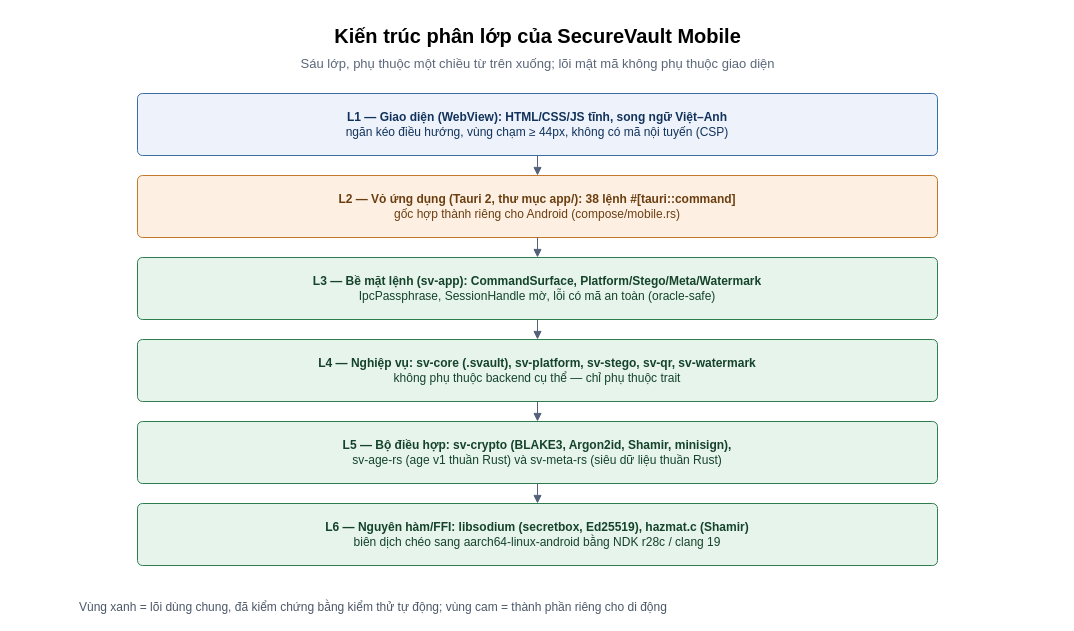
Earlier version of the draw.io diagram hoso-sang-kien/hinh-anh/drawio/H2-kien-truc-phan-lop.drawio (imtoiteu/secure-vault-research). Source tidied: cells renumbered, new cells numbered last; positions are measured from the earlier drawing's top-left corner, leaving out a move shared by most shapes. Both pictures are drawn from the tidied source at 100%, with x=0, y=0 at pixel (17, 17).
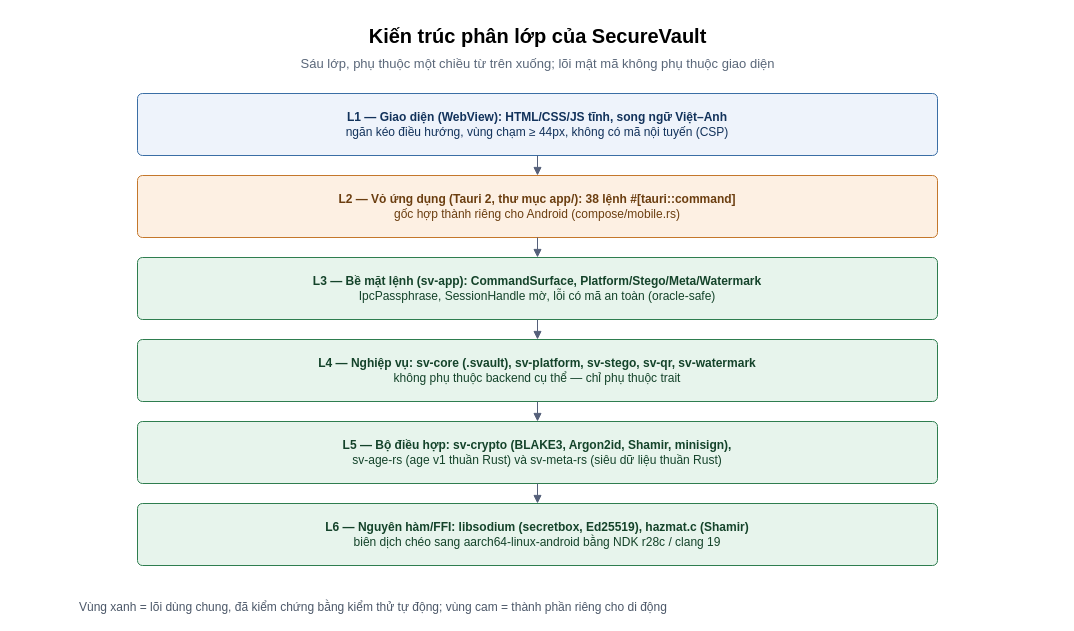
The same diagram, later.

What changed in the source:
```diff
@@
-    <mxCell id="2" value="Kiến trúc phân lớp của SecureVault Mobile" style="text;html=1;fontSize=20;fontStyle=1;align=center;" parent="1" vertex="1">
+    <mxCell id="2" value="Kiến trúc phân lớp của SecureVault" style="text;html=1;fontSize=20;fontStyle=1;align=center;" parent="1" vertex="1">
       <mxGeometry width="1040" height="30" as="geometry" />
     </mxCell>
```
